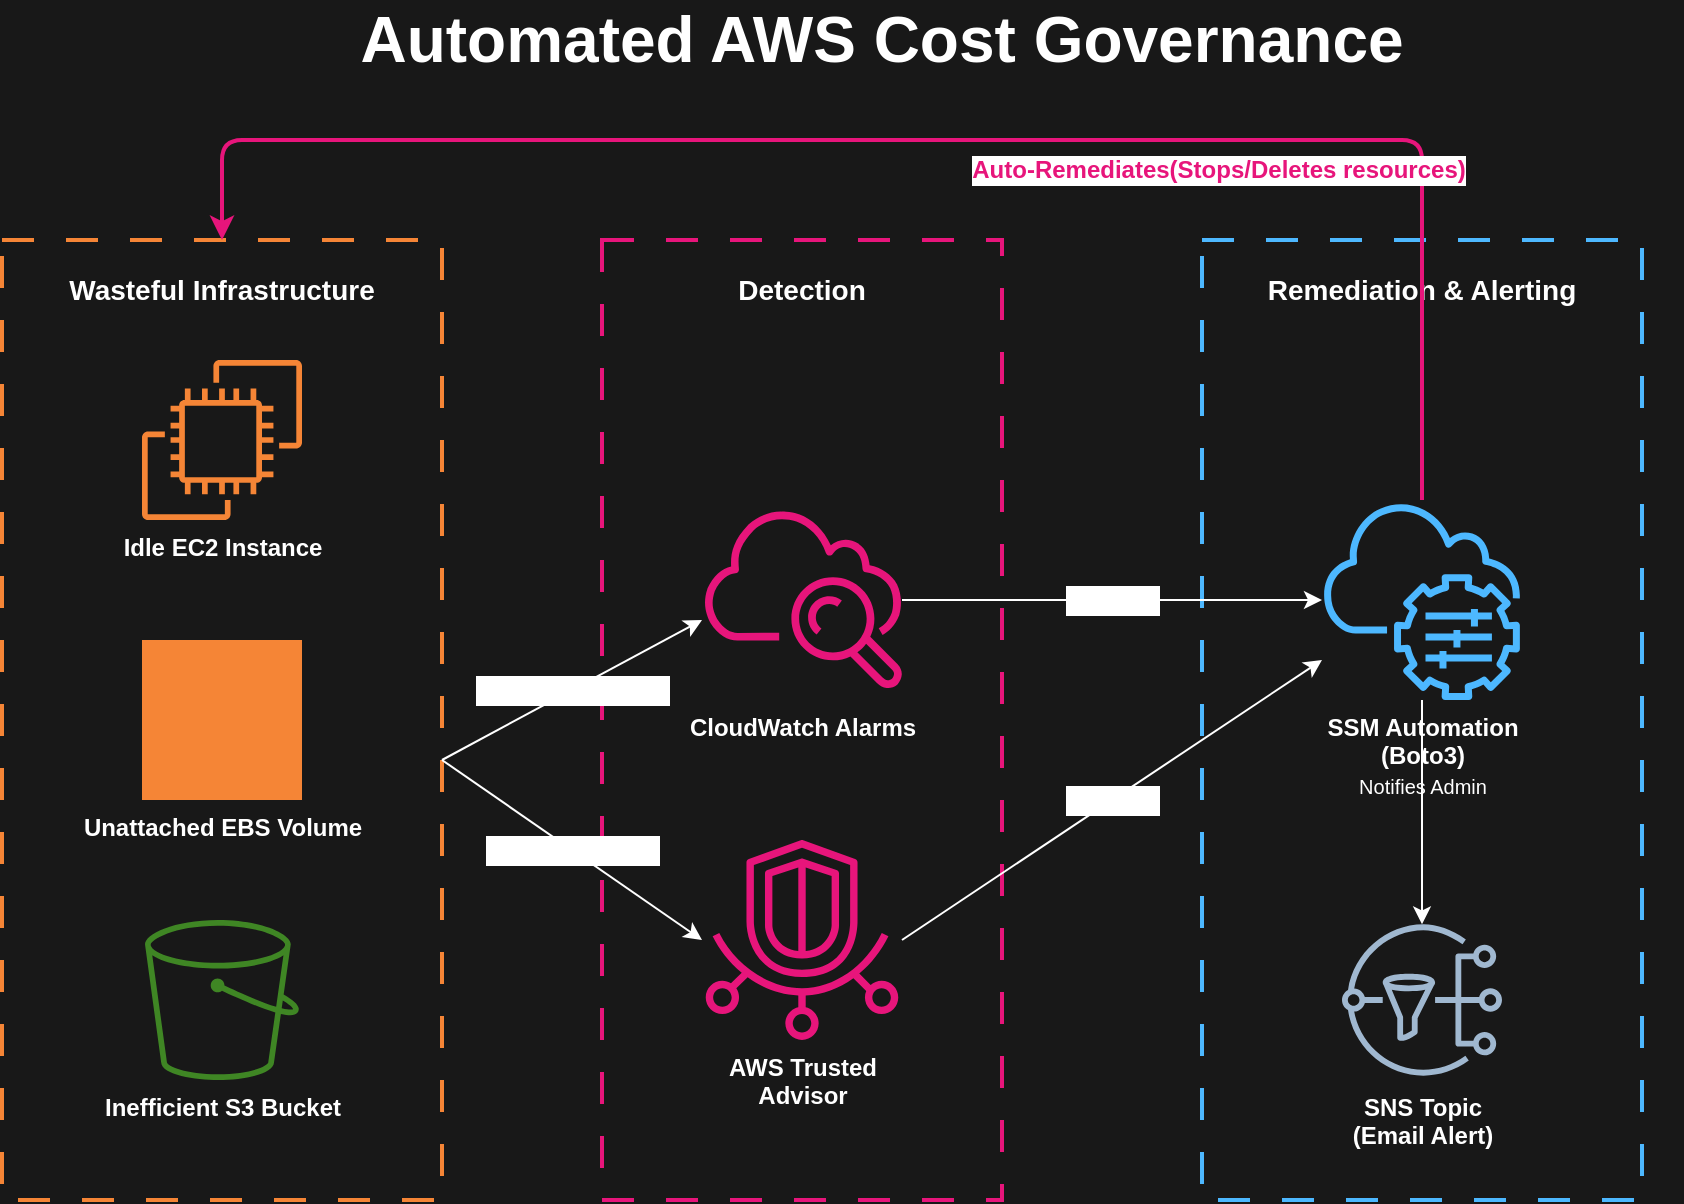
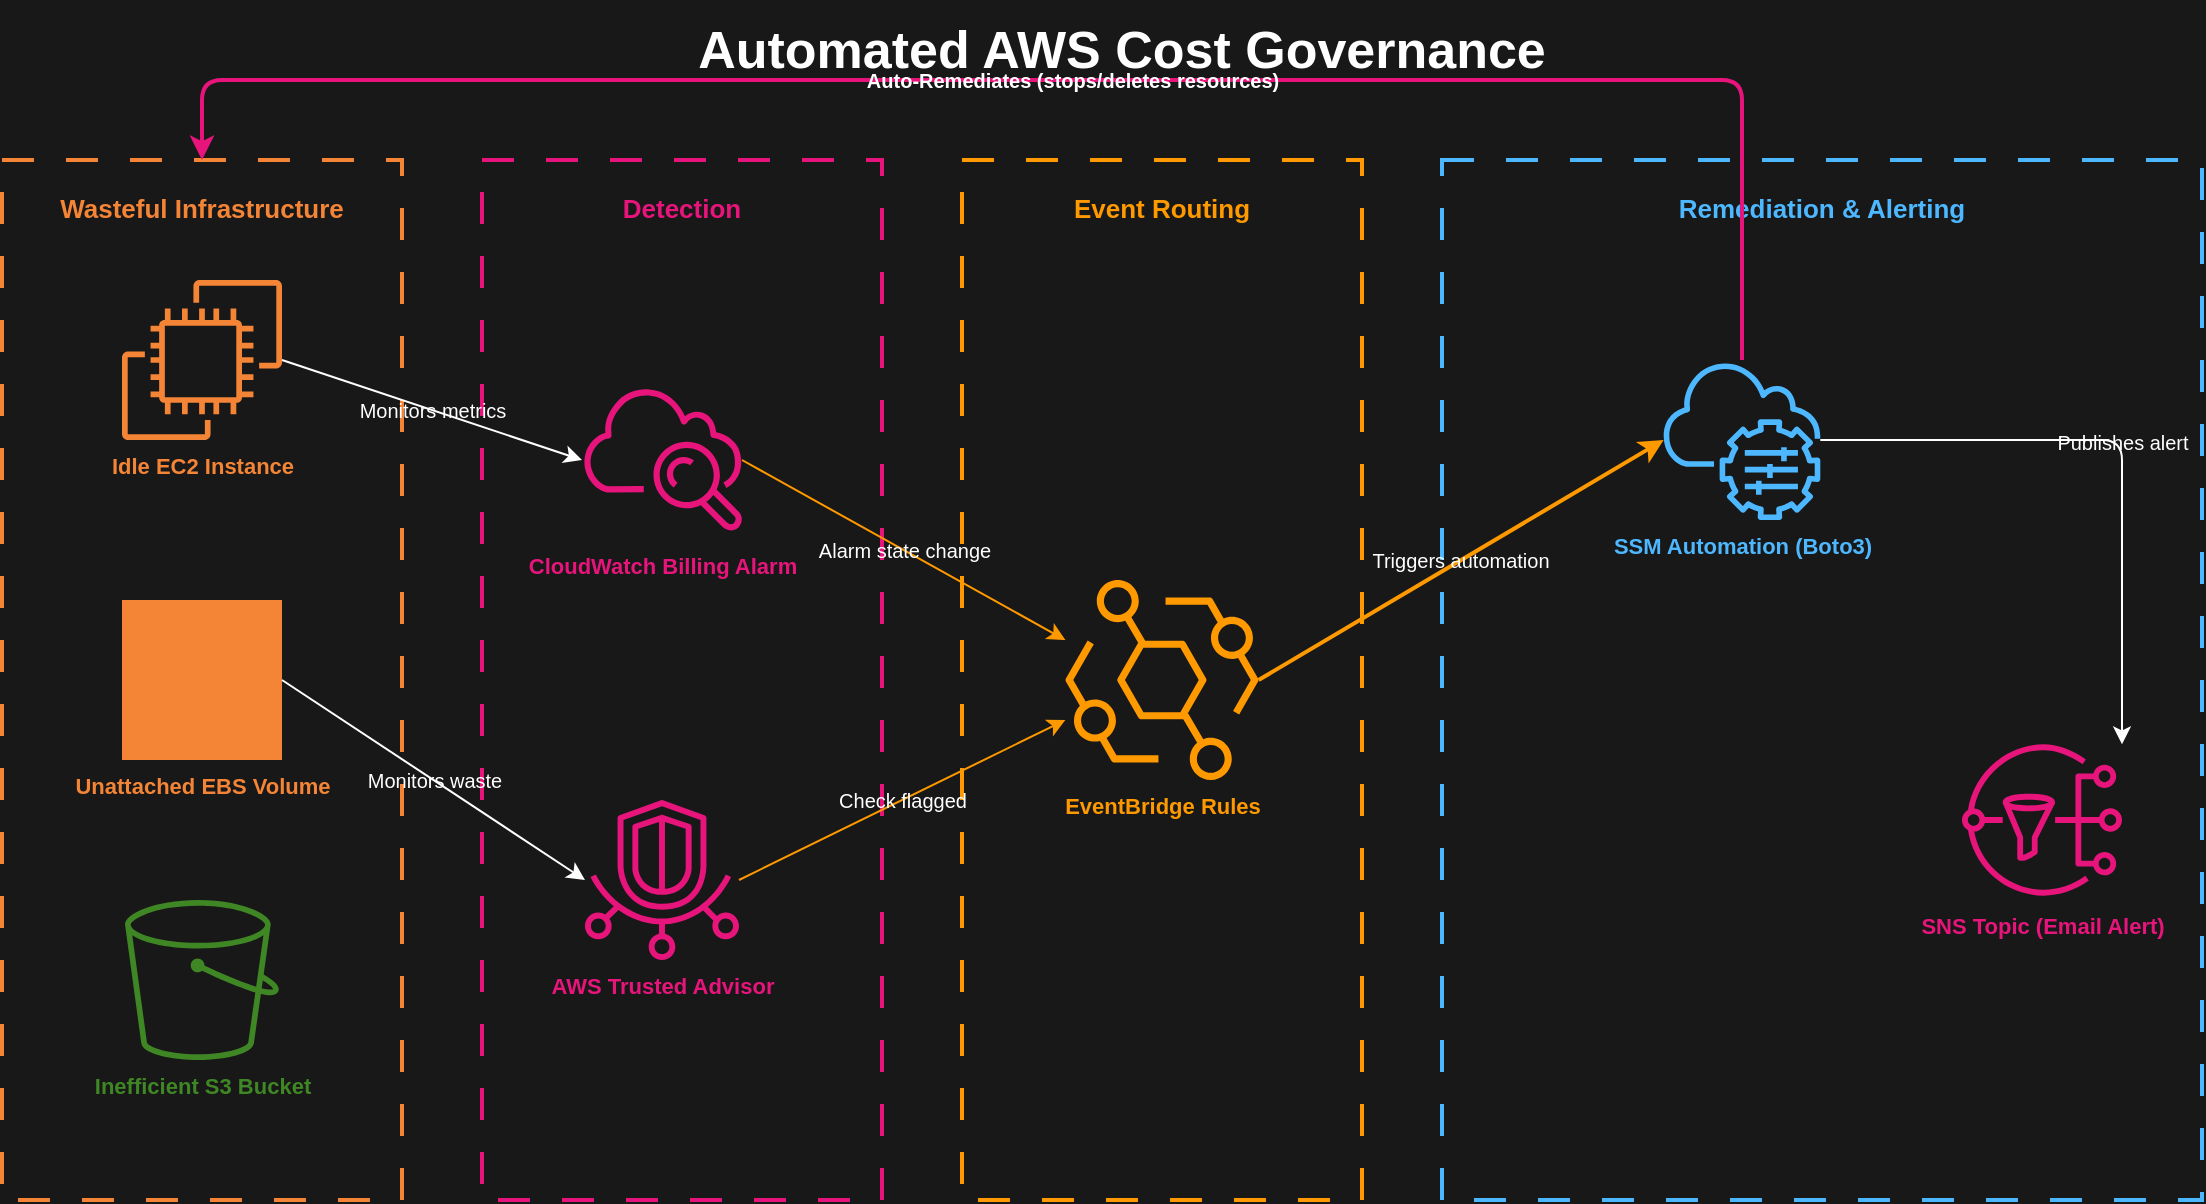
<mxfile host="app.diagrams.net" modified="2023-10-01T12:00:00.000Z" agent="Mozilla/5.0" version="21.6.8" type="device">
  <diagram name="Cost Governance Flow" id="aws_cost_gov">
-     <mxGraphModel dx="1200" dy="800" grid="1" gridSize="10" guides="1" tooltips="1" connect="1" arrows="1" fold="1" page="1" pageScale="1" pageWidth="1000" pageHeight="700" math="0" shadow="0" background="#181818">
+     <mxGraphModel dx="1422" dy="900" grid="1" gridSize="10" guides="1" tooltips="1" connect="1" arrows="1" fold="1" page="1" pageScale="1" pageWidth="1200" pageHeight="800" math="0" shadow="0" background="#181818">
      <root>
        <mxCell id="0" />
        <mxCell id="1" parent="0" />

        <!-- TITLE -->
-         <mxCell id="Title" value="&lt;b&gt;&lt;font style=&apos;font-size: 32px; color: #FFFFFF;&apos;&gt;Automated AWS Cost Governance&lt;/font&gt;&lt;/b&gt;" style="text;html=1;strokeColor=none;fillColor=none;align=center;verticalAlign=middle;whiteSpace=wrap;rounded=0;" vertex="1" parent="1">
-           <mxGeometry x="100" y="20" width="800" height="40" as="geometry" />
+         <mxCell id="Title" value="Automated AWS Cost Governance" style="text;html=1;strokeColor=none;fillColor=#181818;align=center;verticalAlign=middle;whiteSpace=wrap;rounded=0;fontSize=26;fontStyle=1;fontColor=#FFFFFF;" vertex="1" parent="1">
+           <mxGeometry x="100" y="20" width="1000" height="50" as="geometry" />
        </mxCell>

        <!-- GROUPING BOXES -->
-         <!-- Wasteful Infrastructure -->
-         <mxCell id="BoxWaste" value="Wasteful Infrastructure" style="rounded=0;whiteSpace=wrap;html=1;fillColor=none;fontColor=#FFFFFF;strokeColor=#F58536;strokeWidth=2;dashed=1;dashPattern=8 8;verticalAlign=top;align=center;spacingTop=10;fontStyle=1;fontSize=14;" vertex="1" parent="1">
-           <mxGeometry x="60" y="140" width="220" height="480" as="geometry" />
+         <mxCell id="BoxWaste" value="Wasteful Infrastructure" style="rounded=0;whiteSpace=wrap;html=1;fillColor=none;fontColor=#F58536;strokeColor=#F58536;strokeWidth=2;dashed=1;dashPattern=8 8;verticalAlign=top;align=center;spacingTop=10;fontStyle=1;fontSize=13;" vertex="1" parent="1">
+           <mxGeometry x="40" y="100" width="200" height="520" as="geometry" />
        </mxCell>

-         <!-- Detection -->
-         <mxCell id="BoxDetect" value="Detection" style="rounded=0;whiteSpace=wrap;html=1;fillColor=none;fontColor=#FFFFFF;strokeColor=#E7157B;strokeWidth=2;dashed=1;dashPattern=8 8;verticalAlign=top;align=center;spacingTop=10;fontStyle=1;fontSize=14;" vertex="1" parent="1">
-           <mxGeometry x="360" y="140" width="200" height="480" as="geometry" />
+         <mxCell id="BoxDetect" value="Detection" style="rounded=0;whiteSpace=wrap;html=1;fillColor=none;fontColor=#E7157B;strokeColor=#E7157B;strokeWidth=2;dashed=1;dashPattern=8 8;verticalAlign=top;align=center;spacingTop=10;fontStyle=1;fontSize=13;" vertex="1" parent="1">
+           <mxGeometry x="280" y="100" width="200" height="520" as="geometry" />
        </mxCell>

-         <!-- Remediation & Alerting -->
-         <mxCell id="BoxRemediate" value="Remediation &amp; Alerting" style="rounded=0;whiteSpace=wrap;html=1;fillColor=none;fontColor=#FFFFFF;strokeColor=#4DB8FF;strokeWidth=2;dashed=1;dashPattern=8 8;verticalAlign=top;align=center;spacingTop=10;fontStyle=1;fontSize=14;" vertex="1" parent="1">
-           <mxGeometry x="660" y="140" width="220" height="480" as="geometry" />
+         <mxCell id="BoxEventBridge" value="Event Routing" style="rounded=0;whiteSpace=wrap;html=1;fillColor=none;fontColor=#FF9900;strokeColor=#FF9900;strokeWidth=2;dashed=1;dashPattern=8 8;verticalAlign=top;align=center;spacingTop=10;fontStyle=1;fontSize=13;" vertex="1" parent="1">
+           <mxGeometry x="520" y="100" width="200" height="520" as="geometry" />
        </mxCell>

-         <!-- ICONS: WASTEFUL -->
-         <mxCell id="EC2" value="Idle EC2 Instance" style="outlineConnect=0;fontColor=#FFFFFF;gradientColor=none;fillColor=#F58536;strokeColor=none;dashed=0;verticalLabelPosition=bottom;verticalAlign=top;align=center;html=1;fontSize=12;fontStyle=1;aspect=fixed;shape=mxgraph.aws4.ec2;" vertex="1" parent="1">
-           <mxGeometry x="130" y="200" width="80" height="80" as="geometry" />
+         <mxCell id="BoxRemediate" value="Remediation &amp; Alerting" style="rounded=0;whiteSpace=wrap;html=1;fillColor=none;fontColor=#4DB8FF;strokeColor=#4DB8FF;strokeWidth=2;dashed=1;dashPattern=8 8;verticalAlign=top;align=center;spacingTop=10;fontStyle=1;fontSize=13;" vertex="1" parent="1">
+           <mxGeometry x="760" y="100" width="380" height="520" as="geometry" />
        </mxCell>

-         <mxCell id="EBS" value="Unattached EBS Volume" style="outlineConnect=0;fontColor=#FFFFFF;gradientColor=none;fillColor=#F58536;strokeColor=none;dashed=0;verticalLabelPosition=bottom;verticalAlign=top;align=center;html=1;fontSize=12;fontStyle=1;aspect=fixed;shape=mxgraph.aws4.ebs;" vertex="1" parent="1">
-           <mxGeometry x="130" y="340" width="80" height="80" as="geometry" />
+         <!-- WASTEFUL ICONS -->
+         <mxCell id="EC2" value="Idle EC2 Instance" style="outlineConnect=0;fontColor=#F58536;gradientColor=none;fillColor=#F58536;strokeColor=none;dashed=0;verticalLabelPosition=bottom;verticalAlign=top;align=center;html=1;fontSize=11;fontStyle=1;aspect=fixed;shape=mxgraph.aws4.ec2;" vertex="1" parent="1">
+           <mxGeometry x="100" y="160" width="80" height="80" as="geometry" />
        </mxCell>

-         <mxCell id="S3" value="Inefficient S3 Bucket" style="outlineConnect=0;fontColor=#FFFFFF;gradientColor=none;fillColor=#3F8624;strokeColor=none;dashed=0;verticalLabelPosition=bottom;verticalAlign=top;align=center;html=1;fontSize=12;fontStyle=1;aspect=fixed;shape=mxgraph.aws4.s3;" vertex="1" parent="1">
-           <mxGeometry x="130" y="480" width="80" height="80" as="geometry" />
+         <mxCell id="EBS" value="Unattached EBS Volume" style="outlineConnect=0;fontColor=#F58536;gradientColor=none;fillColor=#F58536;strokeColor=none;dashed=0;verticalLabelPosition=bottom;verticalAlign=top;align=center;html=1;fontSize=11;fontStyle=1;aspect=fixed;shape=mxgraph.aws4.ebs;" vertex="1" parent="1">
+           <mxGeometry x="100" y="320" width="80" height="80" as="geometry" />
        </mxCell>

-         <!-- ICONS: DETECTION -->
-         <mxCell id="CloudWatch" value="CloudWatch Alarms" style="outlineConnect=0;fontColor=#FFFFFF;gradientColor=none;fillColor=#E7157B;strokeColor=none;dashed=0;verticalLabelPosition=bottom;verticalAlign=top;align=center;html=1;fontSize=12;fontStyle=1;aspect=fixed;shape=mxgraph.aws4.cloudwatch;" vertex="1" parent="1">
-           <mxGeometry x="410" y="270" width="100" height="100" as="geometry" />
+         <mxCell id="S3" value="Inefficient S3 Bucket" style="outlineConnect=0;fontColor=#3F8624;gradientColor=none;fillColor=#3F8624;strokeColor=none;dashed=0;verticalLabelPosition=bottom;verticalAlign=top;align=center;html=1;fontSize=11;fontStyle=1;aspect=fixed;shape=mxgraph.aws4.s3;" vertex="1" parent="1">
+           <mxGeometry x="100" y="470" width="80" height="80" as="geometry" />
        </mxCell>

-         <mxCell id="TrustedAdvisor" value="AWS Trusted&lt;br&gt;Advisor" style="outlineConnect=0;fontColor=#FFFFFF;gradientColor=none;fillColor=#E7157B;strokeColor=none;dashed=0;verticalLabelPosition=bottom;verticalAlign=top;align=center;html=1;fontSize=12;fontStyle=1;aspect=fixed;shape=mxgraph.aws4.trusted_advisor;" vertex="1" parent="1">
-           <mxGeometry x="410" y="440" width="100" height="100" as="geometry" />
+         <!-- DETECTION ICONS -->
+         <mxCell id="CloudWatch" value="CloudWatch Billing Alarm" style="outlineConnect=0;fontColor=#E7157B;gradientColor=none;fillColor=#E7157B;strokeColor=none;dashed=0;verticalLabelPosition=bottom;verticalAlign=top;align=center;html=1;fontSize=11;fontStyle=1;aspect=fixed;shape=mxgraph.aws4.cloudwatch;" vertex="1" parent="1">
+           <mxGeometry x="330" y="210" width="80" height="80" as="geometry" />
        </mxCell>

-         <!-- ICONS: REMEDIATION -->
-         <mxCell id="SSM" value="SSM Automation&lt;br&gt;(Boto3)&lt;br&gt;&lt;font style=&apos;font-size: 10px; font-weight: normal;&apos;&gt;Notifies Admin&lt;/font&gt;" style="outlineConnect=0;fontColor=#FFFFFF;gradientColor=none;fillColor=#4DB8FF;strokeColor=none;dashed=0;verticalLabelPosition=bottom;verticalAlign=top;align=center;html=1;fontSize=12;fontStyle=1;aspect=fixed;shape=mxgraph.aws4.systems_manager;" vertex="1" parent="1">
-           <mxGeometry x="720" y="270" width="100" height="100" as="geometry" />
+         <mxCell id="TrustedAdvisor" value="AWS Trusted Advisor" style="outlineConnect=0;fontColor=#E7157B;gradientColor=none;fillColor=#E7157B;strokeColor=none;dashed=0;verticalLabelPosition=bottom;verticalAlign=top;align=center;html=1;fontSize=11;fontStyle=1;aspect=fixed;shape=mxgraph.aws4.trusted_advisor;" vertex="1" parent="1">
+           <mxGeometry x="330" y="420" width="80" height="80" as="geometry" />
        </mxCell>

-         <mxCell id="SNS" value="SNS Topic&lt;br&gt;(Email Alert)" style="outlineConnect=0;fontColor=#FFFFFF;gradientColor=none;fillColor=#A0B8D0;strokeColor=none;dashed=0;verticalLabelPosition=bottom;verticalAlign=top;align=center;html=1;fontSize=12;fontStyle=1;aspect=fixed;shape=mxgraph.aws4.sns;" vertex="1" parent="1">
-           <mxGeometry x="730" y="480" width="80" height="80" as="geometry" />
+         <!-- EVENTBRIDGE ICON -->
+         <mxCell id="EventBridge" value="EventBridge Rules" style="outlineConnect=0;fontColor=#FF9900;gradientColor=none;fillColor=#FF9900;strokeColor=none;dashed=0;verticalLabelPosition=bottom;verticalAlign=top;align=center;html=1;fontSize=11;fontStyle=1;aspect=fixed;shape=mxgraph.aws4.eventbridge;" vertex="1" parent="1">
+           <mxGeometry x="570" y="310" width="100" height="100" as="geometry" />
        </mxCell>

-         <!-- ARROWS -->
-         <!-- Monitors metrics (Waste -> CW) -->
-         <mxCell id="ArrowMonitorsMetrics" value="Monitors metrics" style="endArrow=classic;html=1;fontColor=#FFFFFF;strokeColor=#FFFFFF;strokeWidth=1;fontSize=12;fontStyle=1;" edge="1" parent="1">
-           <mxGeometry width="50" height="50" relative="1" as="geometry">
-             <mxPoint x="280" y="400" as="sourcePoint" />
-             <mxPoint x="410" y="330" as="targetPoint" />
-           </mxGeometry>
+         <!-- REMEDIATION ICONS -->
+         <mxCell id="SSM" value="SSM Automation (Boto3)" style="outlineConnect=0;fontColor=#4DB8FF;gradientColor=none;fillColor=#4DB8FF;strokeColor=none;dashed=0;verticalLabelPosition=bottom;verticalAlign=top;align=center;html=1;fontSize=11;fontStyle=1;aspect=fixed;shape=mxgraph.aws4.systems_manager;" vertex="1" parent="1">
+           <mxGeometry x="870" y="200" width="80" height="80" as="geometry" />
        </mxCell>

-         <!-- Monitors waste (Waste -> TA) -->
-         <mxCell id="ArrowMonitorsWaste" value="Monitors waste" style="endArrow=classic;html=1;fontColor=#FFFFFF;strokeColor=#FFFFFF;strokeWidth=1;fontSize=12;fontStyle=1;" edge="1" parent="1">
-           <mxGeometry width="50" height="50" relative="1" as="geometry">
-             <mxPoint x="280" y="400" as="sourcePoint" />
-             <mxPoint x="410" y="490" as="targetPoint" />
-           </mxGeometry>
+         <mxCell id="SNS" value="SNS Topic (Email Alert)" style="outlineConnect=0;fontColor=#E7157B;gradientColor=none;fillColor=#E7157B;strokeColor=none;dashed=0;verticalLabelPosition=bottom;verticalAlign=top;align=center;html=1;fontSize=11;fontStyle=1;aspect=fixed;shape=mxgraph.aws4.sns;" vertex="1" parent="1">
+           <mxGeometry x="1020" y="390" width="80" height="80" as="geometry" />
        </mxCell>

-         <!-- Triggers CW -> SSM -->
-         <mxCell id="ArrowTriggerCW" value="Triggers" style="endArrow=classic;html=1;fontColor=#FFFFFF;strokeColor=#FFFFFF;strokeWidth=1;fontSize=12;fontStyle=1;" edge="1" parent="1">
-           <mxGeometry width="50" height="50" relative="1" as="geometry">
-             <mxPoint x="510" y="320" as="sourcePoint" />
-             <mxPoint x="720" y="320" as="targetPoint" />
-           </mxGeometry>
+         <!-- ARROWS - labels with dark background to match canvas -->
+         <mxCell id="ArrowMonitorsMetrics" value="Monitors metrics" style="endArrow=classic;html=1;strokeColor=#FFFFFF;strokeWidth=1;exitX=1;exitY=0.5;exitDx=0;exitDy=0;entryX=0;entryY=0.5;entryDx=0;entryDy=0;fontColor=#FFFFFF;fontSize=10;labelBackgroundColor=none;labelBorderColor=none;" edge="1" parent="1" source="EC2" target="CloudWatch">
+           <mxGeometry relative="1" as="geometry" />
        </mxCell>

-         <!-- Triggers TA -> SSM -->
-         <mxCell id="ArrowTriggerTA" value="Triggers" style="endArrow=classic;html=1;fontColor=#FFFFFF;strokeColor=#FFFFFF;strokeWidth=1;fontSize=12;fontStyle=1;" edge="1" parent="1">
-           <mxGeometry width="50" height="50" relative="1" as="geometry">
-             <mxPoint x="510" y="490" as="sourcePoint" />
-             <mxPoint x="720" y="350" as="targetPoint" />
-           </mxGeometry>
+         <mxCell id="ArrowMonitorsWaste" value="Monitors waste" style="endArrow=classic;html=1;strokeColor=#FFFFFF;strokeWidth=1;exitX=1;exitY=0.5;exitDx=0;exitDy=0;entryX=0;entryY=0.5;entryDx=0;entryDy=0;fontColor=#FFFFFF;fontSize=10;labelBackgroundColor=none;labelBorderColor=none;" edge="1" parent="1" source="EBS" target="TrustedAdvisor">
+           <mxGeometry relative="1" as="geometry" />
        </mxCell>

-         <!-- SSM -> SNS -->
-         <mxCell id="ArrowNotify" value="" style="endArrow=classic;html=1;strokeColor=#FFFFFF;strokeWidth=1;" edge="1" parent="1" source="SSM" target="SNS">
-           <mxGeometry width="50" height="50" relative="1" as="geometry" />
+         <mxCell id="ArrowCWtoEB" value="Alarm state change" style="endArrow=classic;html=1;strokeColor=#FF9900;strokeWidth=1;exitX=1;exitY=0.5;exitDx=0;exitDy=0;entryX=0;entryY=0.3;entryDx=0;entryDy=0;fontColor=#FFFFFF;fontSize=10;labelBackgroundColor=none;labelBorderColor=none;" edge="1" parent="1" source="CloudWatch" target="EventBridge">
+           <mxGeometry relative="1" as="geometry" />
        </mxCell>

-         <!-- LOOPBACK: SSM -> Waste -->
-         <mxCell id="ArrowLoopback" value="Auto-Remediates(Stops/Deletes resources)" style="endArrow=classic;html=1;strokeColor=#E7157B;strokeWidth=2;fontColor=#E7157B;edgeStyle=orthogonalEdgeStyle;rounded=1;fontSize=12;fontStyle=1;" edge="1" parent="1">
-           <mxGeometry x="-0.32" y="15" width="50" height="50" relative="1" as="geometry">
-             <mxPoint x="770" y="270" as="sourcePoint" />
-             <mxPoint x="170" y="140" as="targetPoint" />
+         <mxCell id="ArrowTAtoEB" value="Check flagged" style="endArrow=classic;html=1;strokeColor=#FF9900;strokeWidth=1;exitX=1;exitY=0.5;exitDx=0;exitDy=0;entryX=0;entryY=0.7;entryDx=0;entryDy=0;fontColor=#FFFFFF;fontSize=10;labelBackgroundColor=none;labelBorderColor=none;" edge="1" parent="1" source="TrustedAdvisor" target="EventBridge">
+           <mxGeometry relative="1" as="geometry" />
+         </mxCell>
+ 
+         <mxCell id="ArrowEBtoSSM" value="Triggers automation" style="endArrow=classic;html=1;strokeColor=#FF9900;strokeWidth=2;exitX=1;exitY=0.5;exitDx=0;exitDy=0;entryX=0;entryY=0.5;entryDx=0;entryDy=0;fontColor=#FFFFFF;fontSize=10;labelBackgroundColor=none;labelBorderColor=none;" edge="1" parent="1" source="EventBridge" target="SSM">
+           <mxGeometry relative="1" as="geometry" />
+         </mxCell>
+ 
+         <mxCell id="ArrowNotify" value="Publishes alert" style="endArrow=classic;html=1;strokeColor=#FFFFFF;strokeWidth=1;exitX=1;exitY=0.5;exitDx=0;exitDy=0;entryX=1;entryY=0;entryDx=0;entryDy=0;edgeStyle=orthogonalEdgeStyle;rounded=1;fontColor=#FFFFFF;fontSize=10;labelBackgroundColor=none;labelBorderColor=none;" edge="1" parent="1" source="SSM" target="SNS">
+           <mxGeometry relative="1" as="geometry" />
+         </mxCell>
+ 
+         <mxCell id="ArrowLoopback" value="Auto-Remediates (stops/deletes resources)" style="endArrow=classic;html=1;strokeColor=#E7157B;strokeWidth=2;edgeStyle=orthogonalEdgeStyle;rounded=1;exitX=0.5;exitY=0;exitDx=0;exitDy=0;entryX=0.5;entryY=0;entryDx=0;entryDy=0;fontColor=#FFFFFF;fontSize=10;fontStyle=1;labelBackgroundColor=none;labelBorderColor=none;" edge="1" parent="1" source="SSM" target="BoxWaste">
+           <mxGeometry relative="1" as="geometry">
            <Array as="points">
-               <mxPoint x="770" y="90" />
-               <mxPoint x="170" y="90" />
+               <mxPoint x="910" y="60" />
+               <mxPoint x="140" y="60" />
            </Array>
-             <mxPoint as="offset" />
          </mxGeometry>
        </mxCell>

      </root>
    </mxGraphModel>
  </diagram>
</mxfile>
